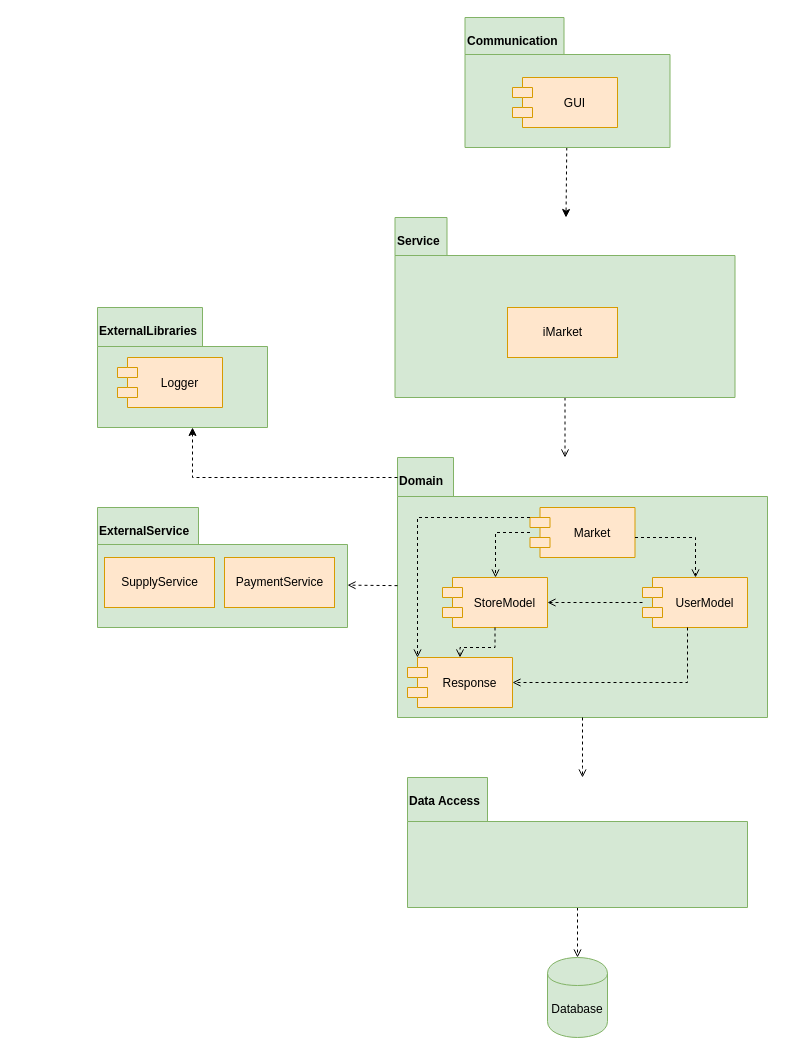
Sadna-Market/Market keeps this draw.io diagram as Files/version_1_files/Architcture Diagram.drawio. Above is the earlier version. Source tidied: cells renumbered, new cells numbered last; positions are measured from the earlier drawing's top-left corner, leaving out a move shared by most shapes. Both pictures are drawn from the tidied source at 100%, with x=0, y=0 at pixel (97, 17).
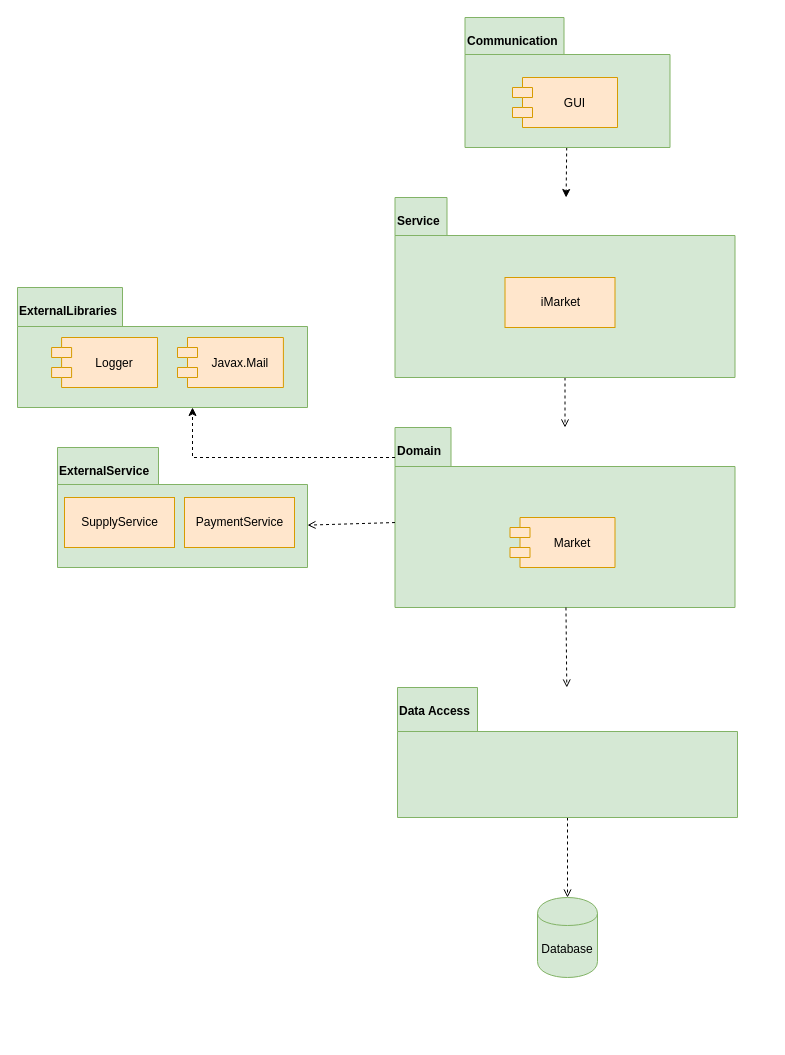
Above is the later version.

Commit message (it also covers changes not shown here):
update architcture diagram and version1-fixed

Change to the diagram source:
```diff
@@
     <mxCell id="2" value="Domain" style="shape=folder;fontStyle=1;spacingTop=10;tabWidth=56;tabHeight=39;tabPosition=left;html=1;align=left;verticalAlign=top;fillColor=#d5e8d4;strokeColor=#82b366;shadow=0;" parent="1" vertex="1">
-      <mxGeometry x="300" y="440" width="370" height="260" as="geometry" />
+      <mxGeometry x="297.5" y="410" width="340" height="180" as="geometry" />
     </mxCell>
     <mxCell id="3" style="edgeStyle=orthogonalEdgeStyle;rounded=0;jettySize=auto;html=1;endArrow=open;endFill=0;dashed=1;" parent="1" edge="1" source="4" target="2">
       <mxGeometry relative="1" as="geometry">
         <Array as="points">
-          <mxPoint x="468" y="440" />
-          <mxPoint x="468" y="440" />
+          <mxPoint x="468" y="410" />
         </Array>
       </mxGeometry>
     </mxCell>
     <mxCell id="4" value="Service" style="shape=folder;fontStyle=1;spacingTop=10;tabWidth=52;tabHeight=38;tabPosition=left;html=1;align=left;verticalAlign=top;fillColor=#d5e8d4;strokeColor=#82b366;" parent="1" vertex="1">
-      <mxGeometry x="297.5" y="200" width="340" height="180" as="geometry" />
+      <mxGeometry x="297.5" y="180" width="340" height="180" as="geometry" />
     </mxCell>
-    <mxCell id="5" style="edgeStyle=orthogonalEdgeStyle;rounded=0;jettySize=auto;html=1;dashed=1;endArrow=open;endFill=0;" parent="1" edge="1" source="2" target="8">
-      <mxGeometry relative="1" as="geometry">
-        <Array as="points">
-          <mxPoint x="485" y="750" />
-          <mxPoint x="485" y="750" />
-        </Array>
-      </mxGeometry>
+    <mxCell id="5" style="rounded=0;jettySize=auto;html=1;dashed=1;endArrow=open;endFill=0;" parent="1" edge="1" source="2" target="8">
+      <mxGeometry relative="1" as="geometry" />
     </mxCell>
@@
     <mxCell id="8" value="Data Access" style="shape=folder;fontStyle=1;spacingTop=10;tabWidth=80;tabHeight=44;tabPosition=left;html=1;align=left;verticalAlign=top;fillColor=#d5e8d4;strokeColor=#82b366;" parent="1" vertex="1">
-      <mxGeometry x="310" y="760" width="340" height="130" as="geometry" />
+      <mxGeometry x="300" y="670" width="340" height="130" as="geometry" />
     </mxCell>
     <mxCell id="9" value="Database" style="shape=cylinder;whiteSpace=wrap;html=1;boundedLbl=1;backgroundOutline=1;fillColor=#d5e8d4;strokeColor=#82b366;" parent="1" vertex="1">
-      <mxGeometry x="450" y="940" width="60" height="80" as="geometry" />
+      <mxGeometry x="440" y="880" width="60" height="80" as="geometry" />
     </mxCell>
-    <mxCell id="10" style="edgeStyle=none;rounded=0;jettySize=auto;html=1;dashed=1;startArrow=none;startFill=0;endArrow=open;endFill=0;" parent="1" edge="1" source="11" target="12">
-      <mxGeometry relative="1" as="geometry" />
-    </mxCell>
-    <mxCell id="11" value="UserModel" style="shape=module;align=left;spacingLeft=20;align=center;verticalAlign=middle;fillColor=#ffe6cc;strokeColor=#d79b00;" parent="1" vertex="1">
-      <mxGeometry x="545" y="560" width="105" height="50" as="geometry" />
-    </mxCell>
-    <mxCell id="12" value="StoreModel" style="shape=module;align=left;spacingLeft=20;align=center;verticalAlign=middle;fillColor=#ffe6cc;strokeColor=#d79b00;" parent="1" vertex="1">
-      <mxGeometry x="345" y="560" width="105" height="50" as="geometry" />
-    </mxCell>
-    <mxCell id="13" style="edgeStyle=orthogonalEdgeStyle;rounded=0;jettySize=auto;html=1;dashed=1;endArrow=open;endFill=0;" parent="1" edge="1" source="14" target="12">
-      <mxGeometry relative="1" as="geometry">
-        <Array as="points">
-          <mxPoint x="398" y="515" />
-        </Array>
-      </mxGeometry>
-    </mxCell>
     <mxCell id="14" value="Market" style="shape=module;align=left;spacingLeft=20;align=center;verticalAlign=middle;fillColor=#ffe6cc;strokeColor=#d79b00;" parent="1" vertex="1">
-      <mxGeometry x="432.5" y="490" width="105" height="50" as="geometry" />
+      <mxGeometry x="412.5" y="500" width="105" height="50" as="geometry" />
     </mxCell>
     <mxCell id="15" style="group;" parent="1" vertex="1">
-      <mxGeometry y="490" width="250" height="120" as="geometry" />
+      <mxGeometry x="-40" y="430" width="250" height="120" as="geometry" />
     </mxCell>
@@
     <mxCell id="19" value="iMarket" style="html=1;fillColor=#ffe6cc;strokeColor=#d79b00;" parent="1" vertex="1">
-      <mxGeometry x="410" y="290" width="110" height="50" as="geometry" />
+      <mxGeometry x="407.5" y="260" width="110" height="50" as="geometry" />
     </mxCell>
@@
     <mxCell id="23" style="group;" parent="1" vertex="1">
-      <mxGeometry y="290" width="170" height="120" as="geometry" />
+      <mxGeometry x="-80" y="270" width="290" height="120" as="geometry" />
     </mxCell>
     <mxCell id="24" value="ExternalLibraries" style="shape=folder;fontStyle=1;spacingTop=10;tabWidth=105;tabHeight=39;tabPosition=left;html=1;align=left;verticalAlign=top;fillColor=#d5e8d4;strokeColor=#82b366;" parent="23" vertex="1">
-      <mxGeometry width="170" height="120" as="geometry" />
+      <mxGeometry width="290" height="120" as="geometry" />
     </mxCell>
     <mxCell id="25" value="Logger" style="shape=module;align=left;spacingLeft=20;align=center;verticalAlign=middle;fillColor=#ffe6cc;strokeColor=#d79b00;" parent="23" vertex="1">
-      <mxGeometry x="20" y="50" width="105" height="50" as="geometry" />
+      <mxGeometry x="34.1" y="50" width="105.9" height="50" as="geometry" />
     </mxCell>
-    <mxCell id="26" style="edgeStyle=orthogonalEdgeStyle;rounded=0;jettySize=auto;html=1;dashed=1;endArrow=open;endFill=0;" parent="1" edge="1" source="14" target="11">
-      <mxGeometry relative="1" as="geometry">
-        <Array as="points">
-          <mxPoint x="598" y="520" />
-        </Array>
-      </mxGeometry>
-    </mxCell>
+    <mxCell id="32" value="Javax.Mail" style="shape=module;align=left;spacingLeft=20;align=center;verticalAlign=middle;fillColor=#ffe6cc;strokeColor=#d79b00;" parent="23" vertex="1">
+      <mxGeometry x="160" y="50" width="105.9" height="50" as="geometry" />
+    </mxCell>
     <mxCell id="27" style="edgeStyle=orthogonalEdgeStyle;rounded=0;jettySize=auto;html=1;dashed=1;" parent="1" edge="1" source="2" target="24">
       <mxGeometry relative="1" as="geometry">
         <Array as="points">
-          <mxPoint x="95" y="460" />
+          <mxPoint x="95" y="440" />
         </Array>
       </mxGeometry>
     </mxCell>
-    <mxCell id="28" value="Response" style="shape=module;align=left;spacingLeft=20;align=center;verticalAlign=middle;fillColor=#ffe6cc;strokeColor=#d79b00;" parent="1" vertex="1">
-      <mxGeometry x="310" y="640" width="105" height="50" as="geometry" />
-    </mxCell>
-    <mxCell id="29" style="edgeStyle=orthogonalEdgeStyle;rounded=0;jettySize=auto;html=1;dashed=1;endArrow=open;endFill=0;" parent="1" edge="1" source="14" target="28">
-      <mxGeometry relative="1" as="geometry">
-        <Array as="points">
-          <mxPoint x="320" y="500" />
-        </Array>
-      </mxGeometry>
-    </mxCell>
-    <mxCell id="30" style="edgeStyle=orthogonalEdgeStyle;rounded=0;jettySize=auto;html=1;dashed=1;endArrow=open;endFill=0;" parent="1" edge="1" source="12" target="28">
-      <mxGeometry relative="1" as="geometry" />
-    </mxCell>
-    <mxCell id="31" style="edgeStyle=orthogonalEdgeStyle;rounded=0;jettySize=auto;html=1;dashed=1;endArrow=open;endFill=0;" parent="1" edge="1" source="11" target="28">
-      <mxGeometry relative="1" as="geometry">
-        <Array as="points">
-          <mxPoint x="590" y="665" />
-        </Array>
-      </mxGeometry>
-    </mxCell>
```
